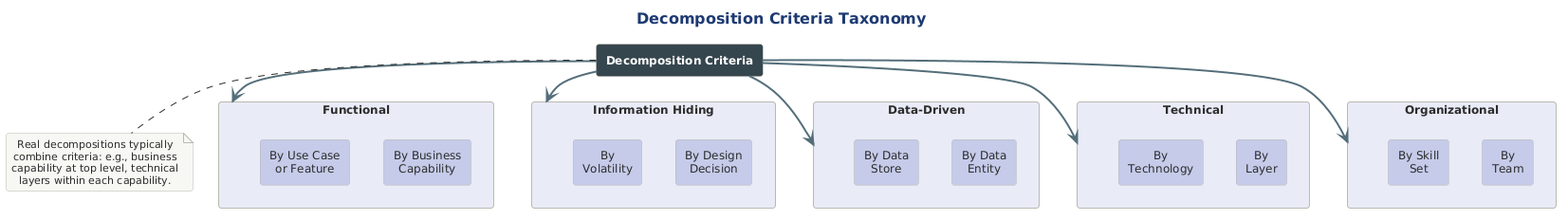
Before: src/architecture/views-and-beyond/style-catalogs/module/decomposition-style/png/04-decomposition-criteria.png, a diagram exported from PlantUML (Notoriousjayy/latex-docs). Source of this version:
```plantuml
@startuml 04-decomposition-criteria
!include ../../../../../../tooling/styles/plantuml/structural/component-diagram-style.iuml


title Decomposition Criteria Taxonomy

rectangle "**Decomposition Criteria**" as root #37474F;text:white

rectangle "**Functional**" as func #E8EAF6 {
  rectangle "By Business\nCapability" as f1 #C5CAE9
  rectangle "By Use Case\nor Feature" as f2 #C5CAE9
}

rectangle "**Information Hiding**" as info #E8EAF6 {
  rectangle "By Design\nDecision" as i1 #C5CAE9
  rectangle "By\nVolatility" as i2 #C5CAE9
}

rectangle "**Data-Driven**" as data #E8EAF6 {
  rectangle "By Data\nEntity" as d1 #C5CAE9
  rectangle "By Data\nStore" as d2 #C5CAE9
}

rectangle "**Technical**" as tech #E8EAF6 {
  rectangle "By\nLayer" as t1 #C5CAE9
  rectangle "By\nTechnology" as t2 #C5CAE9
}

rectangle "**Organizational**" as org #E8EAF6 {
  rectangle "By\nTeam" as o1 #C5CAE9
  rectangle "By Skill\nSet" as o2 #C5CAE9
}

root -[#546E7A,thickness=2]-> func
root -[#546E7A,thickness=2]-> info
root -[#546E7A,thickness=2]-> data
root -[#546E7A,thickness=2]-> tech
root -[#546E7A,thickness=2]-> org

note bottom of root
  Real decompositions typically
  combine criteria: e.g., business
  capability at top level, technical
  layers within each capability.
end note

@enduml
```
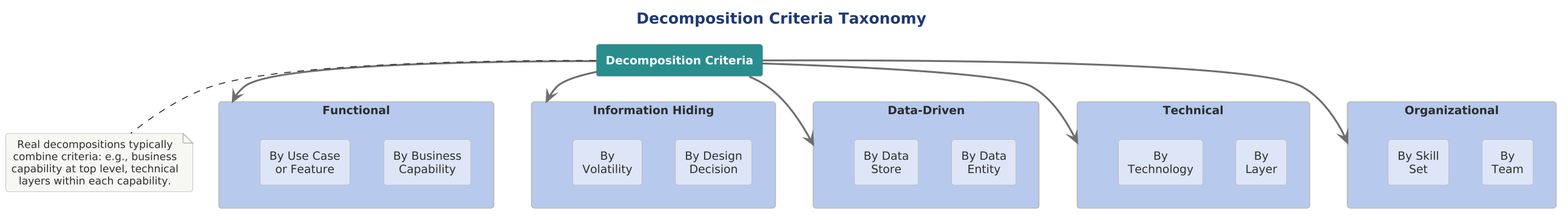
Above is the later version.

Change to the diagram source:
```diff
@@ -1,41 +1,45 @@
 @startuml 04-decomposition-criteria
+
+skinparam dpi 150
+
+
+
 !include ../../../../../../tooling/styles/plantuml/structural/component-diagram-style.iuml
-
 
 title Decomposition Criteria Taxonomy
 
-rectangle "**Decomposition Criteria**" as root #37474F;text:white
+rectangle "**Decomposition Criteria**" as root $line_dynamic;text:$theme_on_dark
 
-rectangle "**Functional**" as func #E8EAF6 {
-  rectangle "By Business\nCapability" as f1 #C5CAE9
-  rectangle "By Use Case\nor Feature" as f2 #C5CAE9
+rectangle "**Functional**" as func $deep_primary {
+  rectangle "By Business\nCapability" as f1 $fill_primary
+  rectangle "By Use Case\nor Feature" as f2 $fill_primary
 }
 
-rectangle "**Information Hiding**" as info #E8EAF6 {
-  rectangle "By Design\nDecision" as i1 #C5CAE9
-  rectangle "By\nVolatility" as i2 #C5CAE9
+rectangle "**Information Hiding**" as info $deep_primary {
+  rectangle "By Design\nDecision" as i1 $fill_primary
+  rectangle "By\nVolatility" as i2 $fill_primary
 }
 
-rectangle "**Data-Driven**" as data #E8EAF6 {
-  rectangle "By Data\nEntity" as d1 #C5CAE9
-  rectangle "By Data\nStore" as d2 #C5CAE9
+rectangle "**Data-Driven**" as data $deep_primary {
+  rectangle "By Data\nEntity" as d1 $fill_primary
+  rectangle "By Data\nStore" as d2 $fill_primary
 }
 
-rectangle "**Technical**" as tech #E8EAF6 {
-  rectangle "By\nLayer" as t1 #C5CAE9
-  rectangle "By\nTechnology" as t2 #C5CAE9
+rectangle "**Technical**" as tech $deep_primary {
+  rectangle "By\nLayer" as t1 $fill_primary
+  rectangle "By\nTechnology" as t2 $fill_primary
 }
 
-rectangle "**Organizational**" as org #E8EAF6 {
-  rectangle "By\nTeam" as o1 #C5CAE9
-  rectangle "By Skill\nSet" as o2 #C5CAE9
+rectangle "**Organizational**" as org $deep_primary {
+  rectangle "By\nTeam" as o1 $fill_primary
+  rectangle "By Skill\nSet" as o2 $fill_primary
 }
 
-root -[#546E7A,thickness=2]-> func
-root -[#546E7A,thickness=2]-> info
-root -[#546E7A,thickness=2]-> data
-root -[#546E7A,thickness=2]-> tech
-root -[#546E7A,thickness=2]-> org
+root -[$line_neutral,thickness=2]-> func
+root -[$line_neutral,thickness=2]-> info
+root -[$line_neutral,thickness=2]-> data
+root -[$line_neutral,thickness=2]-> tech
+root -[$line_neutral,thickness=2]-> org
 
 note bottom of root
   Real decompositions typically
```
